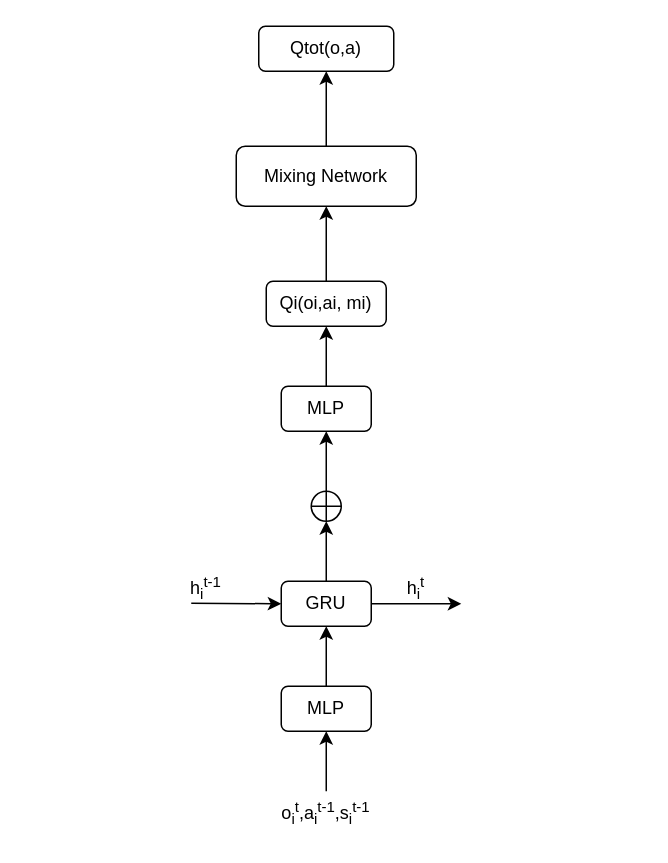
Above: network.drawio in fan-zine/drawio (draw.io), before the change. Source tidied: cells renumbered, new cells numbered last; positions are measured from the earlier drawing's top-left corner, leaving out a move shared by most shapes. Both pictures are drawn from the tidied source at 150%, with x=0, y=0 at pixel (160, 26).
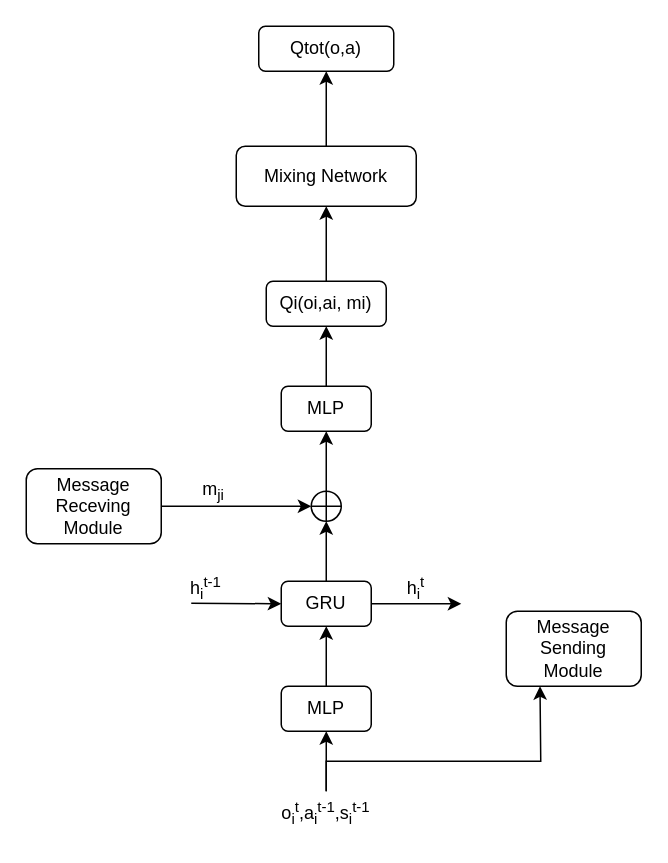
The same page after the edit.

Unchanged cells that the change refers to:
```xml
<mxCell id="3" value="MLP" style="rounded=1;whiteSpace=wrap;html=1;" parent="1" vertex="1">
  <mxGeometry x="80" y="440" width="60" height="30" as="geometry" />
</mxCell>
<mxCell id="8" style="shape=orEllipse;perimeter=ellipsePerimeter;whiteSpace=wrap;html=1;backgroundOutline=1;" parent="1" vertex="1">
  <mxGeometry x="100" y="310" width="20" height="20" as="geometry" />
</mxCell>
<mxCell id="9" value="o&lt;sub&gt;i&lt;/sub&gt;&lt;sup&gt;t&lt;/sup&gt;,a&lt;sub&gt;i&lt;/sub&gt;&lt;sup&gt;t-1&lt;/sup&gt;,s&lt;sub&gt;i&lt;/sub&gt;&lt;sup&gt;t-1&lt;/sup&gt;" style="text;html=1;align=center;verticalAlign=middle;whiteSpace=wrap;rounded=0;" parent="1" vertex="1">
  <mxGeometry x="75" y="510" width="70" height="30" as="geometry" />
</mxCell>
```

Diff of the diagram source:
```diff
@@
     <mxCell id="6" style="endArrow=classic;html=1;rounded=0;entryX=0.5;entryY=1;entryDx=0;entryDy=0;" parent="1" edge="1" source="9" target="3">
-      <mxGeometry relative="1" as="geometry" />
+      <mxGeometry relative="1" as="geometry">
+        <Array as="points">
+          <mxPoint x="110" y="490" />
+        </Array>
+      </mxGeometry>
     </mxCell>
@@
+    <mxCell id="21" value="Message&lt;br&gt;Sending&lt;br&gt;Module" style="rounded=1;whiteSpace=wrap;html=1;" parent="1" vertex="1">
+      <mxGeometry x="230" y="390" width="90" height="50" as="geometry" />
+    </mxCell>
+    <mxCell id="22" style="endArrow=classic;html=1;rounded=0;exitX=0.5;exitY=0;exitDx=0;exitDy=0;entryX=0.25;entryY=1;entryDx=0;entryDy=0;" parent="1" edge="1" source="9" target="21">
+      <mxGeometry relative="1" as="geometry">
+        <Array as="points">
+          <mxPoint x="110" y="490" />
+          <mxPoint x="253" y="490" />
+        </Array>
+      </mxGeometry>
+    </mxCell>
+    <mxCell id="23" style="edgeStyle=orthogonalEdgeStyle;rounded=0;jettySize=auto;html=1;exitX=1;exitY=0.5;exitDx=0;exitDy=0;entryX=0;entryY=0.5;entryDx=0;entryDy=0;" parent="1" edge="1" source="24" target="8">
+      <mxGeometry relative="1" as="geometry" />
+    </mxCell>
+    <mxCell id="24" value="Message&lt;br&gt;Receving&lt;br&gt;Module" style="rounded=1;whiteSpace=wrap;html=1;" parent="1" vertex="1">
+      <mxGeometry x="-90" y="295" width="90" height="50" as="geometry" />
+    </mxCell>
+    <mxCell id="25" value="m&lt;sub&gt;ji&lt;/sub&gt;" style="text;html=1;align=center;verticalAlign=middle;whiteSpace=wrap;rounded=0;" parent="1" vertex="1">
+      <mxGeometry x="5" y="295" width="60" height="30" as="geometry" />
+    </mxCell>
```
